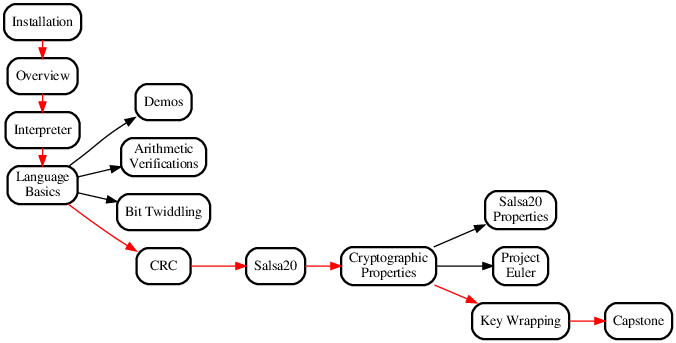
Above: misc/deps.png in weaversa/cryptol-course (Graphviz), before the change. Its source is kept beside it as misc/deps.gv. Source of this version:
```dot
digraph G {

  rankdir="LR";

  node [shape="box", style="rounded", penwidth = 2];
  edge [penwidth = 1];

  {
    rank = same;
    Installation;
    Overview;
    Interpreter;
    LanguageBasics;
  }

  Installation [URL="https://github.com/weaversa/cryptol-course/blob/master/INSTALL.md"];
  Overview [URL="https://github.com/weaversa/cryptol-course/blob/master/labs/Overview/Overview.md"];
  Interpreter [URL="https://github.com/weaversa/cryptol-course/blob/master/labs/Interpreter/Interpreter.md"];
  LanguageBasics [URL="https://github.com/weaversa/cryptol-course/blob/master/labs/Language/Basics.md"];
  Demos [URL="https://github.com/weaversa/cryptol-course/blob/master/labs/Demos/Demos.md"];
  CRC [URL="https://github.com/weaversa/cryptol-course/blob/master/labs/CRC/CRC.md"];
  Salsa20 [URL="https://github.com/weaversa/cryptol-course/blob/master/labs/Salsa20/Salsa20.md"];
  Salsa20Properties [URL="https://github.com/weaversa/cryptol-course/blob/master/labs/Salsa20/Salsa20Props.md"];
  CryptographicProperties [URL="https://github.com/weaversa/cryptol-course/blob/master/labs/CryptoProofs/CryptoProofs.md"];
  KeyWrapping [URL="https://github.com/weaversa/cryptol-course/blob/master/labs/KeyWrapping/KeyWrapping.md"];
  Capstone [URL="https://github.com/weaversa/cryptol-course/blob/master/labs/LoremIpsum/LoremIpsum.md"];
  ProjectEuler [URL="https://github.com/weaversa/cryptol-course/blob/master/labs/ProjectEuler/ProjectEuler.md"];
  BitTwiddling [URL="https://github.com/weaversa/cryptol-course/blob/master/labs/saw/bittwiddling/bittwiddling.md"];
  ArithmeticVerifications [URL="https://github.com/weaversa/cryptol-course/blob/master/labs/saw/ArithmeticVerifications/ArithmeticVerifications.md"];

  LanguageBasics          [label="Language\nBasics"];
  Salsa20Properties       [label="Salsa20\nProperties"];
  CryptographicProperties [label="Cryptographic\nProperties"];
  KeyWrapping             [label="Key Wrapping"];
  ProjectEuler            [label="Project\nEuler"];
  BitTwiddling            [label="Bit Twiddling"];
  ArithmeticVerifications [label="Arithmetic\nVerifications"]

  edge [color=red];
  Installation -> Overview;
  Overview -> Interpreter;
  Interpreter -> LanguageBasics;
  LanguageBasics -> CRC;
  CRC -> Salsa20;
  Salsa20 -> CryptographicProperties;
  CryptographicProperties -> KeyWrapping;
  KeyWrapping -> Capstone;

  edge [color=black];
  CryptographicProperties -> Salsa20Properties;
  CryptographicProperties -> ProjectEuler;
  LanguageBasics -> Demos;
  LanguageBasics -> BitTwiddling;
  LanguageBasics -> ArithmeticVerifications;

  {rank=same; Salsa20Properties -> ProjectEuler [style=invis];};

  {rank=same; Demos -> ArithmeticVerifications [style=invis]; ArithmeticVerifications -> BitTwiddling [style=invis];}

}
```
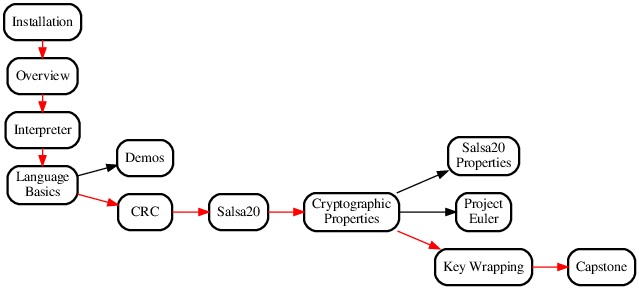
The same file after the commit.

The edit, as a diff of the source:
```diff
@@ -25,16 +25,12 @@
   KeyWrapping [URL="https://github.com/weaversa/cryptol-course/blob/master/labs/KeyWrapping/KeyWrapping.md"];
   Capstone [URL="https://github.com/weaversa/cryptol-course/blob/master/labs/LoremIpsum/LoremIpsum.md"];
   ProjectEuler [URL="https://github.com/weaversa/cryptol-course/blob/master/labs/ProjectEuler/ProjectEuler.md"];
-  BitTwiddling [URL="https://github.com/weaversa/cryptol-course/blob/master/labs/saw/bittwiddling/bittwiddling.md"];
-  ArithmeticVerifications [URL="https://github.com/weaversa/cryptol-course/blob/master/labs/saw/ArithmeticVerifications/ArithmeticVerifications.md"];
 
   LanguageBasics          [label="Language\nBasics"];
   Salsa20Properties       [label="Salsa20\nProperties"];
   CryptographicProperties [label="Cryptographic\nProperties"];
   KeyWrapping             [label="Key Wrapping"];
   ProjectEuler            [label="Project\nEuler"];
-  BitTwiddling            [label="Bit Twiddling"];
-  ArithmeticVerifications [label="Arithmetic\nVerifications"]
 
   edge [color=red];
   Installation -> Overview;
@@ -50,11 +46,7 @@
   CryptographicProperties -> Salsa20Properties;
   CryptographicProperties -> ProjectEuler;
   LanguageBasics -> Demos;
-  LanguageBasics -> BitTwiddling;
-  LanguageBasics -> ArithmeticVerifications;
 
   {rank=same; Salsa20Properties -> ProjectEuler [style=invis];};
 
-  {rank=same; Demos -> ArithmeticVerifications [style=invis]; ArithmeticVerifications -> BitTwiddling [style=invis];}
-
 }
```
